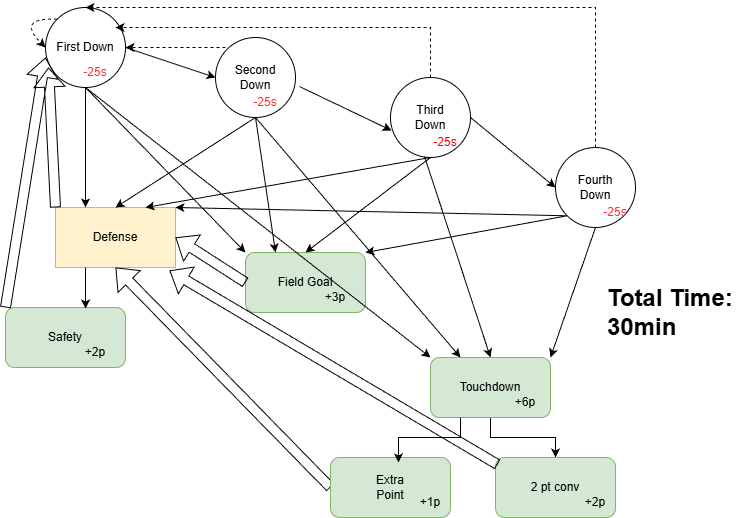
This is FootballDiagram.png from harbir5/AutoVer-Final, a draw.io export, as it was before one commit. Source tidied: cells renumbered, new cells last; positions are measured from the earlier drawing's top-left corner, leaving out a move shared by most shapes.
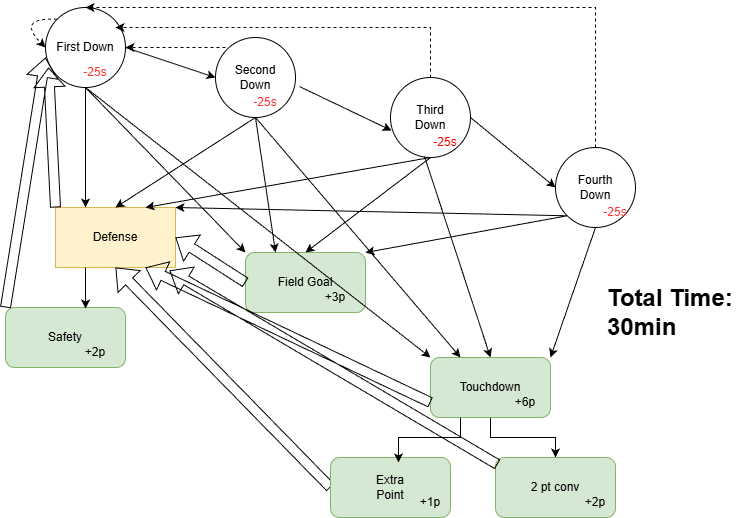
After the change.

Commit message:
change diagram to include no extra pt

The edit, as a diff of the source:
```diff
@@ -192,5 +192,10 @@
         <mxPoint x="40" y="50" as="targetPoint" />
       </mxGeometry>
     </mxCell>
+    <mxCell id="59" style="shape=flexArrow;endArrow=classic;html=1;rounded=0;exitX=0;exitY=0.75;exitDx=0;exitDy=0;" parent="1" edge="1" source="17">
+      <mxGeometry relative="1" as="geometry">
+        <mxPoint x="140" y="260" as="targetPoint" />
+      </mxGeometry>
+    </mxCell>
   </root>
 </mxGraphModel>
```
